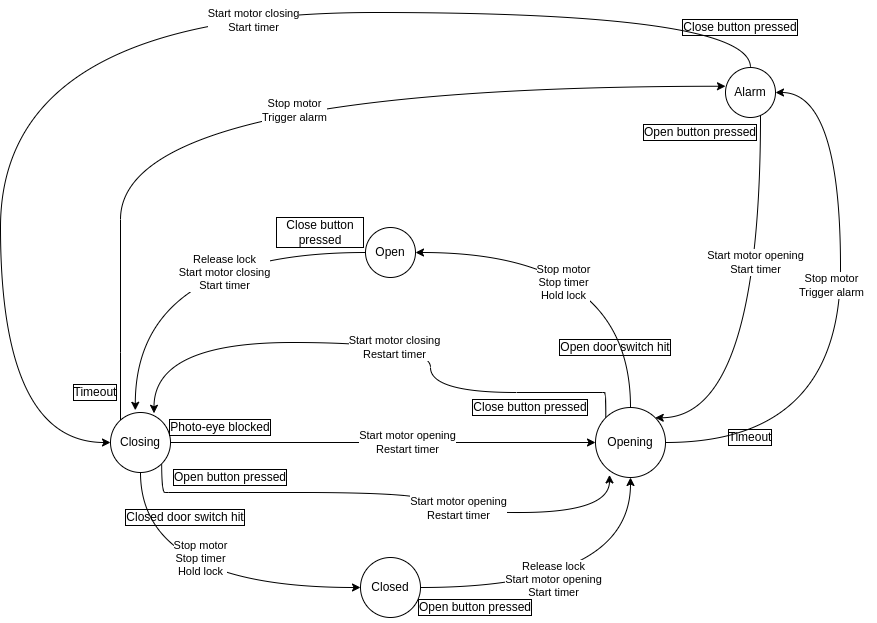
Earlier version of the draw.io export AtmelStudio/Drafts/StateMachineGarageDoor/StateMachineGarageDoor/garageDoorStatemachine.drawio.png (xb0be/avr-programming). Source tidied: cells renumbered, new cells last; positions are measured from the earlier drawing's top-left corner, leaving out a move shared by most shapes.
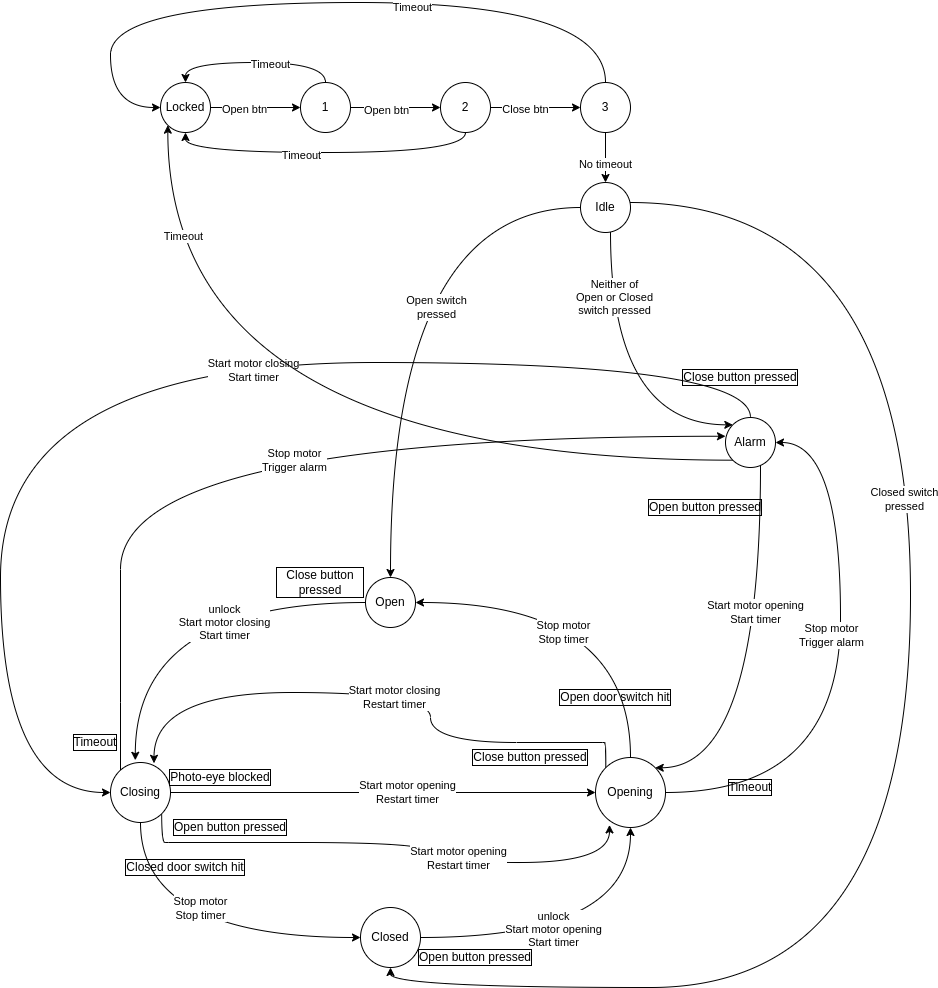
After the commit.

Commit message:
updated state machine graph

Change to the diagram source:
```diff
@@ -5,7 +5,7 @@
     <mxCell id="2" style="edgeStyle=orthogonalEdgeStyle;curved=1;rounded=0;jettySize=auto;html=1;entryX=0.413;entryY=-0.037;entryDx=0;entryDy=0;entryPerimeter=0;" parent="1" edge="1" source="4" target="13">
       <mxGeometry relative="1" as="geometry" />
     </mxCell>
-    <mxCell id="3" value="Release lock&lt;br&gt;Start motor closing&lt;br&gt;Start timer" style="edgeLabel;html=1;align=center;verticalAlign=middle;" parent="2" vertex="1">
+    <mxCell id="3" value="unlock&lt;br&gt;Start motor closing&lt;br&gt;Start timer" style="edgeLabel;html=1;align=center;verticalAlign=middle;" parent="2" vertex="1">
       <mxGeometry x="-0.13" y="6" width="80" height="40" relative="1" as="geometry">
         <mxPoint x="-12" y="-6" as="offset" />
       </mxGeometry>
@@ -16,7 +16,7 @@
     <mxCell id="5" style="edgeStyle=orthogonalEdgeStyle;curved=1;rounded=0;jettySize=auto;html=1;entryX=0;entryY=0.5;entryDx=0;entryDy=0;exitX=0.5;exitY=1;exitDx=0;exitDy=0;" parent="1" edge="1" source="13" target="16">
       <mxGeometry relative="1" as="geometry" />
     </mxCell>
-    <mxCell id="6" value="Stop motor&lt;br&gt;Stop timer&lt;br&gt;Hold lock" style="edgeLabel;html=1;align=center;verticalAlign=middle;" parent="5" vertex="1">
+    <mxCell id="6" value="Stop motor&lt;br&gt;Stop timer" style="edgeLabel;html=1;align=center;verticalAlign=middle;" parent="5" vertex="1">
       <mxGeometry x="-0.43" y="22" width="80" height="40" relative="1" as="geometry">
         <mxPoint x="-2" y="-29" as="offset" />
       </mxGeometry>
@@ -63,7 +63,7 @@
     <mxCell id="14" style="edgeStyle=orthogonalEdgeStyle;rounded=0;jettySize=auto;html=1;entryX=0.5;entryY=1;entryDx=0;entryDy=0;curved=1;" parent="1" edge="1" source="16" target="23">
       <mxGeometry relative="1" as="geometry" />
     </mxCell>
-    <mxCell id="15" value="Release lock&lt;br&gt;Start motor opening&lt;br&gt;Start timer" style="edgeLabel;html=1;align=center;verticalAlign=middle;" parent="14" vertex="1">
+    <mxCell id="15" value="unlock&lt;br&gt;Start motor opening&lt;br&gt;Start timer" style="edgeLabel;html=1;align=center;verticalAlign=middle;" parent="14" vertex="1">
       <mxGeometry x="-0.17" y="8" width="80" height="40" relative="1" as="geometry">
         <mxPoint x="-40" y="-20" as="offset" />
       </mxGeometry>
@@ -74,7 +74,7 @@
     <mxCell id="17" style="edgeStyle=orthogonalEdgeStyle;curved=1;rounded=0;jettySize=auto;html=1;entryX=1;entryY=0.5;entryDx=0;entryDy=0;exitX=0.5;exitY=0;exitDx=0;exitDy=0;" parent="1" edge="1" source="23" target="4">
       <mxGeometry relative="1" as="geometry" />
     </mxCell>
-    <mxCell id="18" value="Stop motor&lt;br&gt;Stop timer&lt;br&gt;Hold lock" style="edgeLabel;html=1;align=center;verticalAlign=middle;" parent="17" vertex="1">
+    <mxCell id="18" value="Stop motor&lt;br&gt;Stop timer" style="edgeLabel;html=1;align=center;verticalAlign=middle;" parent="17" vertex="1">
       <mxGeometry x="0.2" y="11" width="80" height="40" relative="1" as="geometry">
         <mxPoint x="-40" y="-1" as="offset" />
       </mxGeometry>
@@ -136,6 +136,12 @@
         <mxPoint x="-40" y="-20" as="offset" />
       </mxGeometry>
     </mxCell>
+    <mxCell id="41" style="edgeStyle=orthogonalEdgeStyle;curved=1;rounded=0;jettySize=auto;html=1;exitX=0;exitY=1;exitDx=0;exitDy=0;entryX=0;entryY=1;entryDx=0;entryDy=0;" parent="1" edge="1" source="28" target="45">
+      <mxGeometry relative="1" as="geometry" />
+    </mxCell>
+    <mxCell id="42" value="Timeout" style="edgeLabel;html=1;align=center;verticalAlign=middle;" parent="41" vertex="1">
+      <mxGeometry x="0.75" y="-15" relative="1" as="geometry" />
+    </mxCell>
     <mxCell id="28" value="Alarm" style="ellipse;whiteSpace=wrap;html=1;" parent="1" vertex="1">
       <mxGeometry x="725" y="55" width="50" height="50" as="geometry" />
     </mxCell>
@@ -167,7 +173,7 @@
       <mxGeometry x="670" width="140" height="30" as="geometry" />
     </mxCell>
     <mxCell id="37" value="Open button pressed" style="text;html=1;strokeColor=none;fillColor=none;align=center;verticalAlign=middle;whiteSpace=wrap;rounded=0;labelBorderColor=default;" parent="1" vertex="1">
-      <mxGeometry x="630" y="105" width="140" height="30" as="geometry" />
+      <mxGeometry x="635" y="130" width="140" height="30" as="geometry" />
     </mxCell>
     <mxCell id="38" value="Close button pressed" style="text;html=1;strokeColor=none;fillColor=none;align=center;verticalAlign=middle;whiteSpace=wrap;rounded=0;labelBorderColor=default;" parent="1" vertex="1">
       <mxGeometry x="460" y="380" width="140" height="30" as="geometry" />
@@ -178,5 +184,96 @@
     <mxCell id="40" value="Timeout" style="text;html=1;strokeColor=none;fillColor=none;align=center;verticalAlign=middle;whiteSpace=wrap;rounded=0;labelBorderColor=default;" parent="1" vertex="1">
       <mxGeometry x="715" y="410" width="70" height="30" as="geometry" />
     </mxCell>
+    <mxCell id="43" style="edgeStyle=orthogonalEdgeStyle;rounded=0;jettySize=auto;html=1;entryX=0;entryY=0.5;entryDx=0;entryDy=0;" parent="1" edge="1" source="45" target="50">
+      <mxGeometry relative="1" as="geometry" />
+    </mxCell>
+    <mxCell id="44" value="Open btn" style="edgeLabel;html=1;align=center;verticalAlign=middle;" parent="43" vertex="1">
+      <mxGeometry x="-0.27" y="-1" relative="1" as="geometry" />
+    </mxCell>
+    <mxCell id="45" value="Locked" style="ellipse;whiteSpace=wrap;html=1;" parent="1" vertex="1">
+      <mxGeometry x="160" y="-280" width="50" height="50" as="geometry" />
+    </mxCell>
+    <mxCell id="46" style="edgeStyle=orthogonalEdgeStyle;rounded=0;jettySize=auto;html=1;entryX=0;entryY=0.5;entryDx=0;entryDy=0;" parent="1" edge="1" source="50" target="55">
+      <mxGeometry relative="1" as="geometry" />
+    </mxCell>
+    <mxCell id="47" value="Open btn" style="edgeLabel;html=1;align=center;verticalAlign=middle;" parent="46" vertex="1">
+      <mxGeometry x="-0.22" y="-2" relative="1" as="geometry" />
+    </mxCell>
+    <mxCell id="48" style="edgeStyle=orthogonalEdgeStyle;rounded=0;jettySize=auto;html=1;entryX=0.5;entryY=0;entryDx=0;entryDy=0;curved=1;exitX=0.5;exitY=0;exitDx=0;exitDy=0;" parent="1" edge="1" source="50" target="45">
+      <mxGeometry relative="1" as="geometry" />
+    </mxCell>
+    <mxCell id="49" value="Timeout" style="edgeLabel;html=1;align=center;verticalAlign=middle;" parent="48" vertex="1">
+      <mxGeometry x="-0.16" y="1" relative="1" as="geometry" />
+    </mxCell>
+    <mxCell id="50" value="1" style="ellipse;whiteSpace=wrap;html=1;" parent="1" vertex="1">
+      <mxGeometry x="300" y="-280" width="50" height="50" as="geometry" />
+    </mxCell>
+    <mxCell id="51" style="edgeStyle=orthogonalEdgeStyle;rounded=0;jettySize=auto;html=1;entryX=0;entryY=0.5;entryDx=0;entryDy=0;" parent="1" edge="1" source="55" target="60">
+      <mxGeometry relative="1" as="geometry" />
+    </mxCell>
+    <mxCell id="52" value="Close btn" style="edgeLabel;html=1;align=center;verticalAlign=middle;" parent="51" vertex="1">
+      <mxGeometry x="-0.24" y="-1" relative="1" as="geometry" />
+    </mxCell>
+    <mxCell id="53" style="edgeStyle=orthogonalEdgeStyle;curved=1;rounded=0;jettySize=auto;html=1;entryX=0.5;entryY=1;entryDx=0;entryDy=0;exitX=0.5;exitY=1;exitDx=0;exitDy=0;" parent="1" edge="1" source="55" target="45">
+      <mxGeometry relative="1" as="geometry" />
+    </mxCell>
+    <mxCell id="54" value="Timeout" style="edgeLabel;html=1;align=center;verticalAlign=middle;" parent="53" vertex="1">
+      <mxGeometry x="0.16" y="2" relative="1" as="geometry" />
+    </mxCell>
+    <mxCell id="55" value="2" style="ellipse;whiteSpace=wrap;html=1;" parent="1" vertex="1">
+      <mxGeometry x="440" y="-280" width="50" height="50" as="geometry" />
+    </mxCell>
+    <mxCell id="56" style="edgeStyle=orthogonalEdgeStyle;curved=1;rounded=0;jettySize=auto;html=1;entryX=0;entryY=0.5;entryDx=0;entryDy=0;exitX=0.5;exitY=0;exitDx=0;exitDy=0;" parent="1" edge="1" source="60" target="45">
+      <mxGeometry relative="1" as="geometry">
+        <Array as="points">
+          <mxPoint x="605" y="-360" />
+          <mxPoint x="110" y="-360" />
+          <mxPoint x="110" y="-255" />
+        </Array>
+      </mxGeometry>
+    </mxCell>
+    <mxCell id="57" value="Timeout" style="edgeLabel;html=1;align=center;verticalAlign=middle;" parent="56" vertex="1">
+      <mxGeometry x="-0.25" y="4" relative="1" as="geometry" />
+    </mxCell>
+    <mxCell id="58" style="edgeStyle=orthogonalEdgeStyle;curved=1;rounded=0;jettySize=auto;html=1;entryX=0.5;entryY=0;entryDx=0;entryDy=0;" parent="1" edge="1" source="60" target="67">
+      <mxGeometry relative="1" as="geometry" />
+    </mxCell>
+    <mxCell id="59" value="No timeout" style="edgeLabel;html=1;align=center;verticalAlign=middle;" parent="58" vertex="1">
+      <mxGeometry x="0.22" y="-1" relative="1" as="geometry" />
+    </mxCell>
+    <mxCell id="60" value="3" style="ellipse;whiteSpace=wrap;html=1;" parent="1" vertex="1">
+      <mxGeometry x="580" y="-280" width="50" height="50" as="geometry" />
+    </mxCell>
+    <mxCell id="61" style="edgeStyle=orthogonalEdgeStyle;curved=1;rounded=0;jettySize=auto;html=1;entryX=0.5;entryY=0;entryDx=0;entryDy=0;" parent="1" edge="1" source="67" target="4">
+      <mxGeometry relative="1" as="geometry" />
+    </mxCell>
+    <mxCell id="62" value="Open switch&lt;br&gt;pressed" style="edgeLabel;html=1;align=center;verticalAlign=middle;" parent="61" vertex="1">
+      <mxGeometry x="0.03" y="45" relative="1" as="geometry" />
+    </mxCell>
+    <mxCell id="63" style="edgeStyle=orthogonalEdgeStyle;curved=1;rounded=0;jettySize=auto;html=1;entryX=0.5;entryY=1;entryDx=0;entryDy=0;" parent="1" edge="1" source="67" target="16">
+      <mxGeometry relative="1" as="geometry">
+        <Array as="points">
+          <mxPoint x="910" y="-160" />
+          <mxPoint x="910" y="625" />
+          <mxPoint x="390" y="625" />
+        </Array>
+      </mxGeometry>
+    </mxCell>
+    <mxCell id="64" value="Closed switch&lt;br&gt;pressed" style="edgeLabel;html=1;align=center;verticalAlign=middle;" parent="63" vertex="1">
+      <mxGeometry x="-0.28" y="-7" relative="1" as="geometry" />
+    </mxCell>
+    <mxCell id="65" style="edgeStyle=orthogonalEdgeStyle;curved=1;rounded=0;jettySize=auto;html=1;entryX=0;entryY=0;entryDx=0;entryDy=0;" parent="1" edge="1" source="67" target="28">
+      <mxGeometry relative="1" as="geometry">
+        <Array as="points">
+          <mxPoint x="610" y="62" />
+        </Array>
+      </mxGeometry>
+    </mxCell>
+    <mxCell id="66" value="Neither of&lt;br&gt;Open or Closed&lt;br&gt;switch pressed" style="edgeLabel;html=1;align=center;verticalAlign=middle;" parent="65" vertex="1">
+      <mxGeometry x="-0.59" y="3" relative="1" as="geometry" />
+    </mxCell>
+    <mxCell id="67" value="Idle" style="ellipse;whiteSpace=wrap;html=1;" parent="1" vertex="1">
+      <mxGeometry x="580" y="-180" width="50" height="50" as="geometry" />
+    </mxCell>
   </root>
 </mxGraphModel>
```
